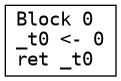
This is foo.png from seanchuck/compiler-s25, a Graphviz export, as it was before one commit. Its source is kept beside it as foo.dot.
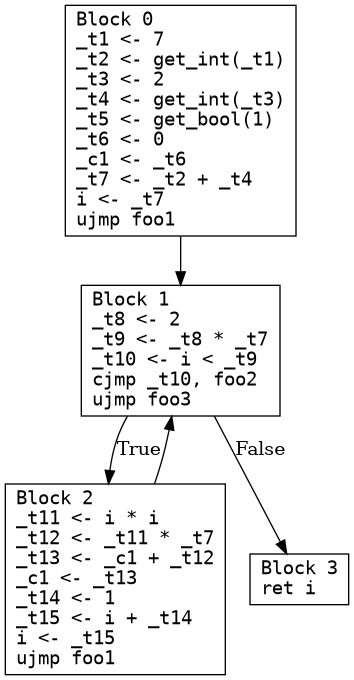
Later version of the same file.

Change to the diagram source:
```diff
@@ -1,4 +1,11 @@
 digraph CFG {
   node [shape=box fontname="monospace"];
-  0 [label="Block 0\l_t0 <- 0\lret _t0\l"];
+  0 [label="Block 0\l_t1 <- 7\l_t2 <- get_int(_t1)\l_t3 <- 2\l_t4 <- get_int(_t3)\l_t5 <- get_bool(1)\l_t6 <- 0\l_c1 <- _t6\l_t7 <- _t2 + _t4\li <- _t7\lujmp foo1\l"];
+  1 [label="Block 1\l_t8 <- 2\l_t9 <- _t8 * _t7\l_t10 <- i < _t9\lcjmp _t10, foo2\lujmp foo3\l"];
+  2 [label="Block 2\l_t11 <- i * i\l_t12 <- _t11 * _t7\l_t13 <- _c1 + _t12\l_c1 <- _t13\l_t14 <- 1\l_t15 <- i + _t14\li <- _t15\lujmp foo1\l"];
+  3 [label="Block 3\lret i\l"];
+  0 -> 1 [label=""];
+  1 -> 3 [label="False"];
+  1 -> 2 [label="True"];
+  2 -> 1 [label=""];
 }
```
